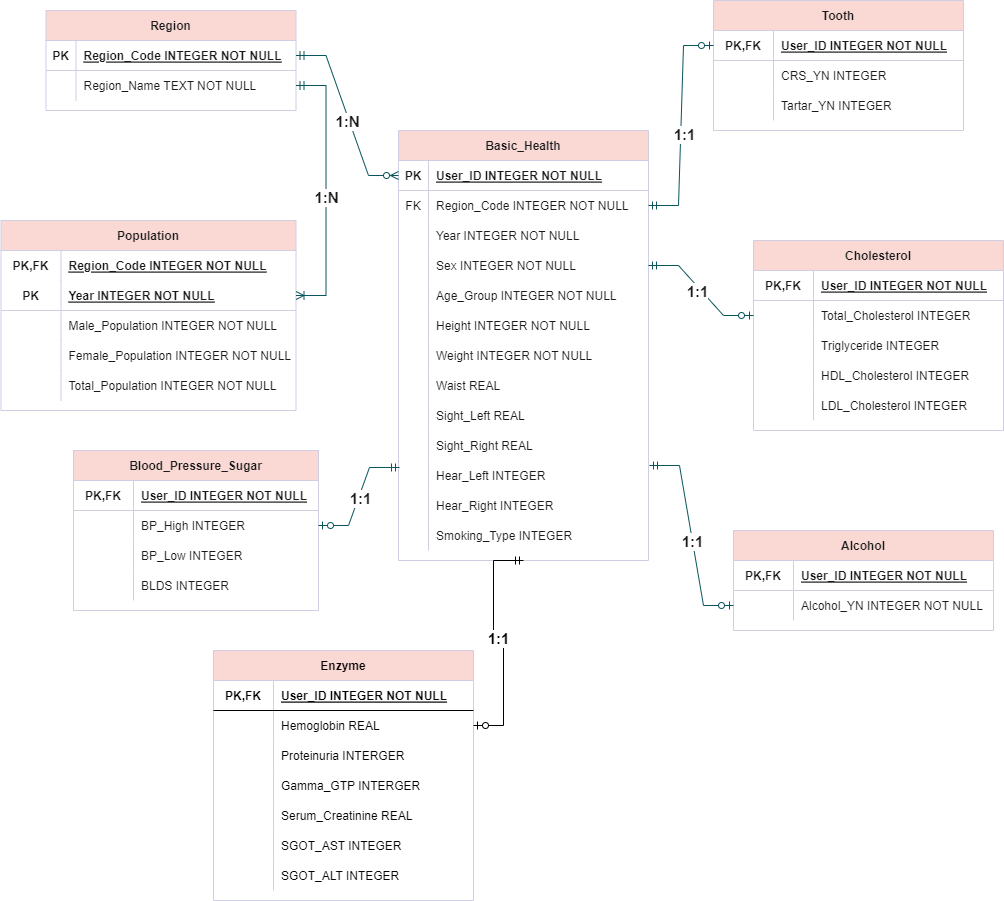
Earlier version of the draw.io export Data/StatDB.drawio.png (Jaesu26/statistical-database-project). Source tidied: cells renumbered, new cells last; positions are measured from the earlier drawing's top-left corner, leaving out a move shared by most shapes.
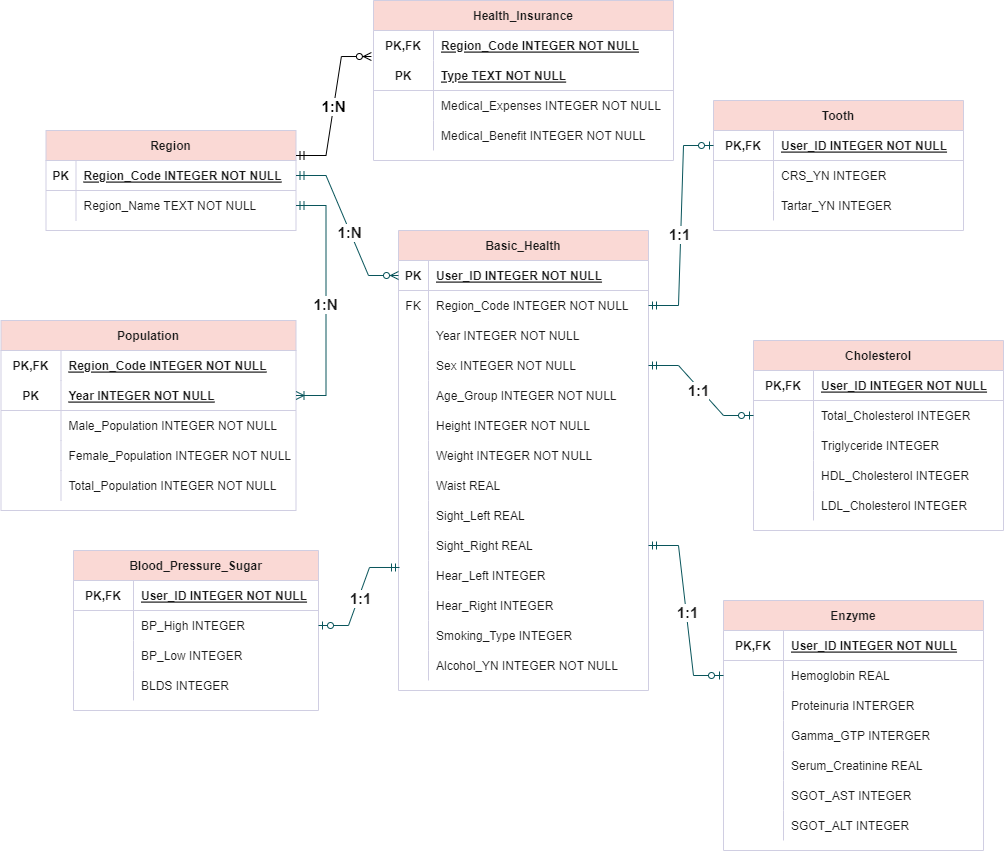
Later version of the same file.

The edit, as a diff of the source:
```diff
@@ -5,3 +5,3 @@
     <mxCell id="2" value="Region" style="shape=table;startSize=30;rowLines=0;fontStyle=1;align=center;fillColor=#FAD9D5;strokeColor=#D0CEE2;fontColor=#1A1A1A;" parent="1" vertex="1">
-      <mxGeometry x="44.5" y="10" width="250" height="100" as="geometry" />
+      <mxGeometry x="44.5" y="30" width="250" height="100" as="geometry" />
     </mxCell>
@@ -26,3 +26,3 @@
     <mxCell id="9" value="Basic_Health" style="shape=table;startSize=30;rowLines=0;fontStyle=1;align=center;fillColor=#FAD9D5;strokeColor=#D0CEE2;fontColor=#1A1A1A;" parent="1" vertex="1">
-      <mxGeometry x="397" y="130" width="250" height="430" as="geometry" />
+      <mxGeometry x="397" y="130" width="250" height="460" as="geometry" />
     </mxCell>
@@ -145,2 +145,11 @@
     </mxCell>
+    <mxCell id="147" style="shape=partialRectangle;fillColor=none;top=0;left=0;right=0;bottom=0;strokeColor=#D0CEE2;fontColor=#1A1A1A;" parent="9" vertex="1">
+      <mxGeometry y="420" width="250" height="30" as="geometry" />
+    </mxCell>
+    <mxCell id="148" style="shape=partialRectangle;overflow=hidden;fillColor=none;top=0;left=0;bottom=0;right=0;strokeColor=#D0CEE2;fontColor=#1A1A1A;" parent="147" vertex="1">
+      <mxGeometry width="30" height="30" as="geometry" />
+    </mxCell>
+    <mxCell id="81" value="Alcohol_YN INTEGER NOT NULL" style="shape=partialRectangle;overflow=hidden;fillColor=none;top=0;left=0;bottom=0;right=0;align=left;spacingLeft=6;strokeColor=#D0CEE2;fontColor=#1A1A1A;" parent="147" vertex="1">
+      <mxGeometry x="30" width="220" height="30" as="geometry" />
+    </mxCell>
     <mxCell id="49" value="Tooth" style="shape=table;startSize=30;rowLines=0;fontStyle=1;align=center;fillColor=#FAD9D5;strokeColor=#D0CEE2;fontColor=#1A1A1A;" parent="1" vertex="1">
@@ -223,23 +232,2 @@
     </mxCell>
-    <mxCell id="75" value="Alcohol" style="shape=table;startSize=30;rowLines=0;fontStyle=1;align=center;fillColor=#FAD9D5;strokeColor=#D0CEE2;fontColor=#1A1A1A;" parent="1" vertex="1">
-      <mxGeometry x="732" y="530" width="260" height="100" as="geometry" />
-    </mxCell>
-    <mxCell id="76" style="shape=tableRow;horizontal=0;startSize=0;swimlaneHead=0;swimlaneBody=0;fillColor=none;top=0;left=0;right=0;bottom=1;strokeColor=#D0CEE2;fontColor=#1A1A1A;" parent="75" vertex="1">
-      <mxGeometry y="30" width="260" height="30" as="geometry" />
-    </mxCell>
-    <mxCell id="77" value="PK,FK" style="shape=partialRectangle;fillColor=none;top=0;left=0;bottom=0;right=0;fontStyle=1;overflow=hidden;strokeColor=#D0CEE2;fontColor=#1A1A1A;" parent="76" vertex="1">
-      <mxGeometry width="60" height="30" as="geometry" />
-    </mxCell>
-    <mxCell id="78" value="User_ID INTEGER NOT NULL" style="shape=partialRectangle;fillColor=none;top=0;left=0;bottom=0;right=0;align=left;spacingLeft=6;fontStyle=5;overflow=hidden;strokeColor=#D0CEE2;fontColor=#1A1A1A;" parent="76" vertex="1">
-      <mxGeometry x="60" width="200" height="30" as="geometry" />
-    </mxCell>
-    <mxCell id="79" style="shape=tableRow;horizontal=0;startSize=0;swimlaneHead=0;swimlaneBody=0;fillColor=none;points=[[0,0.5],[1,0.5]];portConstraint=eastwest;top=0;left=0;right=0;bottom=0;strokeColor=#D0CEE2;fontColor=#1A1A1A;" parent="75" vertex="1">
-      <mxGeometry y="60" width="260" height="30" as="geometry" />
-    </mxCell>
-    <mxCell id="80" style="shape=partialRectangle;fillColor=none;top=0;left=0;bottom=0;right=0;overflow=hidden;strokeColor=#D0CEE2;fontColor=#1A1A1A;" parent="79" vertex="1">
-      <mxGeometry width="60" height="30" as="geometry" />
-    </mxCell>
-    <mxCell id="81" value="Alcohol_YN INTEGER NOT NULL" style="shape=partialRectangle;fillColor=none;top=0;left=0;bottom=0;right=0;align=left;spacingLeft=6;overflow=hidden;strokeColor=#D0CEE2;fontColor=#1A1A1A;" parent="79" vertex="1">
-      <mxGeometry x="60" width="200" height="30" as="geometry" />
-    </mxCell>
     <mxCell id="82" value="Blood_Pressure_Sugar" style="shape=table;startSize=30;rowLines=0;fontStyle=1;align=center;fillColor=#FAD9D5;strokeColor=#D0CEE2;fontColor=#1A1A1A;" parent="1" vertex="1">
@@ -336,3 +324,3 @@
       <mxGeometry x="0.25" relative="1" as="geometry">
-        <mxPoint y="-28" as="offset" />
+        <mxPoint x="-1" y="-28" as="offset" />
       </mxGeometry>
@@ -349,3 +337,5 @@
     <mxCell id="116" value="1:1" style="edgeLabel;html=1;align=center;verticalAlign=middle;fontSize=15;fontStyle=1;fontColor=#1A1A1A;" parent="115" vertex="1">
-      <mxGeometry x="-0.07" y="-3" relative="1" as="geometry" />
+      <mxGeometry x="-0.07" y="-3" relative="1" as="geometry">
+        <mxPoint x="-5" as="offset" />
+      </mxGeometry>
     </mxCell>
@@ -355,12 +345,6 @@
     <mxCell id="118" value="1:1" style="edgeLabel;html=1;align=center;verticalAlign=middle;fontSize=15;fontStyle=1;fontColor=#1A1A1A;" parent="117" vertex="1">
-      <mxGeometry x="-0.04" y="-3" relative="1" as="geometry" />
+      <mxGeometry x="-0.04" y="-3" relative="1" as="geometry">
+        <mxPoint x="1" y="-1" as="offset" />
+      </mxGeometry>
     </mxCell>
-    <mxCell id="119" style="edgeStyle=entityRelationEdgeStyle;fontSize=12;html=1;endArrow=ERzeroToOne;startArrow=ERmandOne;rounded=0;entryX=0;entryY=0.5;entryDx=0;entryDy=0;exitX=1.004;exitY=1.167;exitDx=0;exitDy=0;exitPerimeter=0;strokeColor=#09555B;fontColor=#1A1A1A;" parent="1" edge="1" source="37" target="79">
-      <mxGeometry relative="1" as="geometry" />
-    </mxCell>
-    <mxCell id="120" value="1:1" style="edgeLabel;html=1;align=center;verticalAlign=middle;fontSize=15;fontStyle=1;fontColor=#1A1A1A;" parent="119" vertex="1">
-      <mxGeometry x="0.05" relative="1" as="geometry">
-        <mxPoint y="1" as="offset" />
-      </mxGeometry>
-    </mxCell>
     <mxCell id="121" style="edgeStyle=entityRelationEdgeStyle;fontSize=12;html=1;endArrow=ERzeroToMany;startArrow=ERmandOne;rounded=0;strokeColor=#09555B;fontColor=#1A1A1A;entryX=0;entryY=0.5;entryDx=0;entryDy=0;exitX=1;exitY=0.5;exitDx=0;exitDy=0;" parent="1" edge="1" source="3" target="10">
@@ -369,74 +353,76 @@
     <mxCell id="122" value="1:N" style="edgeLabel;html=1;align=center;verticalAlign=middle;fontSize=15;fontStyle=1;fontColor=#1A1A1A;" parent="121" vertex="1">
-      <mxGeometry x="0.06" y="-2" relative="1" as="geometry" />
+      <mxGeometry x="0.06" y="-2" relative="1" as="geometry">
+        <mxPoint x="1" as="offset" />
+      </mxGeometry>
     </mxCell>
-    <mxCell id="123" value="Enzyme" style="shape=table;startSize=30;rowLines=0;fontStyle=1;align=center;fillColor=#FAD9D5;strokeColor=#D0CEE2;" parent="1" vertex="1">
-      <mxGeometry x="212" y="650" width="260" height="250" as="geometry" />
+    <mxCell id="123" value="Enzyme" style="shape=table;startSize=30;rowLines=0;fontStyle=1;align=center;fillColor=#FAD9D5;strokeColor=#D0CEE2;fontColor=#1A1A1A;" parent="1" vertex="1">
+      <mxGeometry x="722" y="500" width="260" height="250" as="geometry" />
     </mxCell>
-    <mxCell id="124" style="shape=tableRow;horizontal=0;startSize=0;swimlaneHead=0;swimlaneBody=0;fillColor=none;top=0;left=0;right=0;bottom=1;" parent="123" vertex="1">
+    <mxCell id="124" style="shape=tableRow;horizontal=0;startSize=0;swimlaneHead=0;swimlaneBody=0;fillColor=none;top=0;left=0;right=0;bottom=1;strokeColor=#D0CEE2;fontColor=#1A1A1A;" parent="123" vertex="1">
       <mxGeometry y="30" width="260" height="30" as="geometry" />
     </mxCell>
-    <mxCell id="125" value="PK,FK" style="shape=partialRectangle;fillColor=none;top=0;left=0;bottom=0;right=0;fontStyle=1;overflow=hidden;" parent="124" vertex="1">
+    <mxCell id="125" value="PK,FK" style="shape=partialRectangle;fillColor=none;top=0;left=0;bottom=0;right=0;fontStyle=1;overflow=hidden;strokeColor=#D0CEE2;fontColor=#1A1A1A;" parent="124" vertex="1">
       <mxGeometry width="60" height="30" as="geometry" />
     </mxCell>
-    <mxCell id="126" value="User_ID INTEGER NOT NULL" style="shape=partialRectangle;fillColor=none;top=0;left=0;bottom=0;right=0;align=left;spacingLeft=6;fontStyle=5;overflow=hidden;" parent="124" vertex="1">
+    <mxCell id="126" value="User_ID INTEGER NOT NULL" style="shape=partialRectangle;fillColor=none;top=0;left=0;bottom=0;right=0;align=left;spacingLeft=6;fontStyle=5;overflow=hidden;strokeColor=#D0CEE2;fontColor=#1A1A1A;" parent="124" vertex="1">
       <mxGeometry x="60" width="200" height="30" as="geometry" />
     </mxCell>
-    <mxCell id="127" style="shape=tableRow;horizontal=0;startSize=0;swimlaneHead=0;swimlaneBody=0;fillColor=none;points=[[0,0.5],[1,0.5]];portConstraint=eastwest;top=0;left=0;right=0;bottom=0;" parent="123" vertex="1">
+    <mxCell id="127" style="shape=tableRow;horizontal=0;startSize=0;swimlaneHead=0;swimlaneBody=0;fillColor=none;points=[[0,0.5],[1,0.5]];portConstraint=eastwest;top=0;left=0;right=0;bottom=0;strokeColor=#D0CEE2;fontColor=#1A1A1A;" parent="123" vertex="1">
       <mxGeometry y="60" width="260" height="30" as="geometry" />
     </mxCell>
-    <mxCell id="128" style="shape=partialRectangle;fillColor=none;top=0;left=0;bottom=0;right=0;overflow=hidden;" parent="127" vertex="1">
+    <mxCell id="128" style="shape=partialRectangle;fillColor=none;top=0;left=0;bottom=0;right=0;overflow=hidden;strokeColor=#D0CEE2;fontColor=#1A1A1A;" parent="127" vertex="1">
       <mxGeometry width="60" height="30" as="geometry" />
     </mxCell>
-    <mxCell id="129" value="Hemoglobin REAL" style="shape=partialRectangle;fillColor=none;top=0;left=0;bottom=0;right=0;align=left;spacingLeft=6;overflow=hidden;" parent="127" vertex="1">
+    <mxCell id="129" value="Hemoglobin REAL" style="shape=partialRectangle;fillColor=none;top=0;left=0;bottom=0;right=0;align=left;spacingLeft=6;overflow=hidden;strokeColor=#D0CEE2;fontColor=#1A1A1A;" parent="127" vertex="1">
       <mxGeometry x="60" width="200" height="30" as="geometry" />
     </mxCell>
-    <mxCell id="130" style="shape=tableRow;horizontal=0;startSize=0;swimlaneHead=0;swimlaneBody=0;fillColor=none;top=0;left=0;right=0;bottom=0;" parent="123" vertex="1">
+    <mxCell id="130" style="shape=tableRow;horizontal=0;startSize=0;swimlaneHead=0;swimlaneBody=0;fillColor=none;top=0;left=0;right=0;bottom=0;strokeColor=#D0CEE2;fontColor=#1A1A1A;" parent="123" vertex="1">
       <mxGeometry y="90" width="260" height="30" as="geometry" />
     </mxCell>
-    <mxCell id="131" style="shape=partialRectangle;fillColor=none;top=0;left=0;bottom=0;right=0;overflow=hidden;" parent="130" vertex="1">
+    <mxCell id="131" style="shape=partialRectangle;fillColor=none;top=0;left=0;bottom=0;right=0;overflow=hidden;strokeColor=#D0CEE2;fontColor=#1A1A1A;" parent="130" vertex="1">
       <mxGeometry width="60" height="30" as="geometry" />
     </mxCell>
-    <mxCell id="132" value="Proteinuria INTERGER" style="shape=partialRectangle;fillColor=none;top=0;left=0;bottom=0;right=0;align=left;spacingLeft=6;overflow=hidden;" parent="130" vertex="1">
+    <mxCell id="132" value="Proteinuria INTERGER" style="shape=partialRectangle;fillColor=none;top=0;left=0;bottom=0;right=0;align=left;spacingLeft=6;overflow=hidden;strokeColor=#D0CEE2;fontColor=#1A1A1A;" parent="130" vertex="1">
       <mxGeometry x="60" width="200" height="30" as="geometry" />
     </mxCell>
-    <mxCell id="133" style="shape=tableRow;horizontal=0;startSize=0;swimlaneHead=0;swimlaneBody=0;fillColor=none;top=0;left=0;right=0;bottom=0;" parent="123" vertex="1">
+    <mxCell id="133" style="shape=tableRow;horizontal=0;startSize=0;swimlaneHead=0;swimlaneBody=0;fillColor=none;top=0;left=0;right=0;bottom=0;strokeColor=#D0CEE2;fontColor=#1A1A1A;" parent="123" vertex="1">
       <mxGeometry y="120" width="260" height="30" as="geometry" />
     </mxCell>
-    <mxCell id="134" style="shape=partialRectangle;fillColor=none;top=0;left=0;bottom=0;right=0;overflow=hidden;" parent="133" vertex="1">
+    <mxCell id="134" style="shape=partialRectangle;fillColor=none;top=0;left=0;bottom=0;right=0;overflow=hidden;strokeColor=#D0CEE2;fontColor=#1A1A1A;" parent="133" vertex="1">
       <mxGeometry width="60" height="30" as="geometry" />
     </mxCell>
-    <mxCell id="135" value="Gamma_GTP INTERGER" style="shape=partialRectangle;fillColor=none;top=0;left=0;bottom=0;right=0;align=left;spacingLeft=6;overflow=hidden;" parent="133" vertex="1">
+    <mxCell id="135" value="Gamma_GTP INTERGER" style="shape=partialRectangle;fillColor=none;top=0;left=0;bottom=0;right=0;align=left;spacingLeft=6;overflow=hidden;strokeColor=#D0CEE2;fontColor=#1A1A1A;" parent="133" vertex="1">
       <mxGeometry x="60" width="200" height="30" as="geometry" />
     </mxCell>
-    <mxCell id="136" style="shape=tableRow;horizontal=0;startSize=0;swimlaneHead=0;swimlaneBody=0;fillColor=none;top=0;left=0;right=0;bottom=0;" parent="123" vertex="1">
+    <mxCell id="136" style="shape=tableRow;horizontal=0;startSize=0;swimlaneHead=0;swimlaneBody=0;fillColor=none;top=0;left=0;right=0;bottom=0;strokeColor=#D0CEE2;fontColor=#1A1A1A;" parent="123" vertex="1">
       <mxGeometry y="150" width="260" height="30" as="geometry" />
     </mxCell>
-    <mxCell id="137" style="shape=partialRectangle;fillColor=none;top=0;left=0;bottom=0;right=0;overflow=hidden;" parent="136" vertex="1">
+    <mxCell id="137" style="shape=partialRectangle;fillColor=none;top=0;left=0;bottom=0;right=0;overflow=hidden;strokeColor=#D0CEE2;fontColor=#1A1A1A;" parent="136" vertex="1">
       <mxGeometry width="60" height="30" as="geometry" />
     </mxCell>
-    <mxCell id="138" value="Serum_Creatinine REAL" style="shape=partialRectangle;fillColor=none;top=0;left=0;bottom=0;right=0;align=left;spacingLeft=6;overflow=hidden;" parent="136" vertex="1">
+    <mxCell id="138" value="Serum_Creatinine REAL" style="shape=partialRectangle;fillColor=none;top=0;left=0;bottom=0;right=0;align=left;spacingLeft=6;overflow=hidden;strokeColor=#D0CEE2;fontColor=#1A1A1A;" parent="136" vertex="1">
       <mxGeometry x="60" width="200" height="30" as="geometry" />
     </mxCell>
-    <mxCell id="139" style="shape=tableRow;horizontal=0;startSize=0;swimlaneHead=0;swimlaneBody=0;fillColor=none;top=0;left=0;right=0;bottom=0;" parent="123" vertex="1">
+    <mxCell id="139" style="shape=tableRow;horizontal=0;startSize=0;swimlaneHead=0;swimlaneBody=0;fillColor=none;top=0;left=0;right=0;bottom=0;strokeColor=#D0CEE2;fontColor=#1A1A1A;" parent="123" vertex="1">
       <mxGeometry y="180" width="260" height="30" as="geometry" />
     </mxCell>
-    <mxCell id="140" style="shape=partialRectangle;fillColor=none;top=0;left=0;bottom=0;right=0;overflow=hidden;" parent="139" vertex="1">
+    <mxCell id="140" style="shape=partialRectangle;fillColor=none;top=0;left=0;bottom=0;right=0;overflow=hidden;strokeColor=#D0CEE2;fontColor=#1A1A1A;" parent="139" vertex="1">
       <mxGeometry width="60" height="30" as="geometry" />
     </mxCell>
-    <mxCell id="141" value="SGOT_AST INTEGER" style="shape=partialRectangle;fillColor=none;top=0;left=0;bottom=0;right=0;align=left;spacingLeft=6;overflow=hidden;" parent="139" vertex="1">
+    <mxCell id="141" value="SGOT_AST INTEGER" style="shape=partialRectangle;fillColor=none;top=0;left=0;bottom=0;right=0;align=left;spacingLeft=6;overflow=hidden;strokeColor=#D0CEE2;fontColor=#1A1A1A;" parent="139" vertex="1">
       <mxGeometry x="60" width="200" height="30" as="geometry" />
     </mxCell>
-    <mxCell id="142" style="shape=tableRow;horizontal=0;startSize=0;swimlaneHead=0;swimlaneBody=0;fillColor=none;top=0;left=0;right=0;bottom=0;" parent="123" vertex="1">
+    <mxCell id="142" style="shape=tableRow;horizontal=0;startSize=0;swimlaneHead=0;swimlaneBody=0;fillColor=none;top=0;left=0;right=0;bottom=0;strokeColor=#D0CEE2;fontColor=#1A1A1A;" parent="123" vertex="1">
       <mxGeometry y="210" width="260" height="30" as="geometry" />
     </mxCell>
-    <mxCell id="143" style="shape=partialRectangle;fillColor=none;top=0;left=0;bottom=0;right=0;overflow=hidden;" parent="142" vertex="1">
+    <mxCell id="143" style="shape=partialRectangle;fillColor=none;top=0;left=0;bottom=0;right=0;overflow=hidden;strokeColor=#D0CEE2;fontColor=#1A1A1A;" parent="142" vertex="1">
       <mxGeometry width="60" height="30" as="geometry" />
     </mxCell>
-    <mxCell id="144" value="SGOT_ALT INTEGER" style="shape=partialRectangle;fillColor=none;top=0;left=0;bottom=0;right=0;align=left;spacingLeft=6;overflow=hidden;" parent="142" vertex="1">
+    <mxCell id="144" value="SGOT_ALT INTEGER" style="shape=partialRectangle;fillColor=none;top=0;left=0;bottom=0;right=0;align=left;spacingLeft=6;overflow=hidden;strokeColor=#D0CEE2;fontColor=#1A1A1A;" parent="142" vertex="1">
       <mxGeometry x="60" width="200" height="30" as="geometry" />
     </mxCell>
-    <mxCell id="145" style="edgeStyle=entityRelationEdgeStyle;fontSize=12;html=1;endArrow=ERzeroToOne;startArrow=ERmandOne;rounded=0;exitX=0.5;exitY=1;exitDx=0;exitDy=0;entryX=1;entryY=0.5;entryDx=0;entryDy=0;" parent="1" edge="1" source="9" target="127">
+    <mxCell id="145" style="edgeStyle=entityRelationEdgeStyle;fontSize=12;html=1;endArrow=ERzeroToOne;startArrow=ERmandOne;rounded=0;exitX=1;exitY=0.5;exitDx=0;exitDy=0;entryX=0;entryY=0.5;entryDx=0;entryDy=0;strokeColor=#09555B;fontColor=#1A1A1A;" parent="1" edge="1" source="37" target="127">
       <mxGeometry relative="1" as="geometry" />
     </mxCell>
-    <mxCell id="146" value="1:1" style="edgeLabel;html=1;align=center;verticalAlign=middle;fontSize=15;fontStyle=1;" parent="145" vertex="1">
+    <mxCell id="146" value="1:1" style="edgeLabel;html=1;align=center;verticalAlign=middle;fontSize=15;fontStyle=1;fontColor=#1A1A1A;" parent="145" vertex="1">
       <mxGeometry x="0.02" y="4" relative="1" as="geometry">
@@ -445,2 +431,49 @@
     </mxCell>
+    <mxCell id="149" value="Health_Insurance" style="shape=table;startSize=30;rowLines=0;fontStyle=1;align=center;fillColor=#FAD9D5;strokeColor=#D0CEE2;fontColor=#1A1A1A;" parent="1" vertex="1">
+      <mxGeometry x="372" y="-100" width="300" height="160" as="geometry" />
+    </mxCell>
+    <mxCell id="150" style="shape=tableRow;horizontal=0;startSize=0;swimlaneHead=0;swimlaneBody=0;fillColor=none;top=0;left=0;right=0;bottom=0;strokeColor=#D0CEE2;fontColor=#1A1A1A;" parent="149" vertex="1">
+      <mxGeometry y="30" width="300" height="30" as="geometry" />
+    </mxCell>
+    <mxCell id="77" value="PK,FK" style="shape=partialRectangle;fillColor=none;top=0;left=0;bottom=0;right=0;fontStyle=1;overflow=hidden;strokeColor=#D0CEE2;fontColor=#1A1A1A;" parent="150" vertex="1">
+      <mxGeometry width="60" height="30" as="geometry" />
+    </mxCell>
+    <mxCell id="151" value="Region_Code INTEGER NOT NULL" style="shape=partialRectangle;fillColor=none;top=0;left=0;bottom=0;right=0;align=left;spacingLeft=6;fontStyle=5;overflow=hidden;strokeColor=#D0CEE2;fontColor=#1A1A1A;" parent="150" vertex="1">
+      <mxGeometry x="60" width="240" height="30" as="geometry" />
+    </mxCell>
+    <mxCell id="152" style="shape=tableRow;horizontal=0;startSize=0;swimlaneHead=0;swimlaneBody=0;fillColor=none;points=[[0,0.5],[1,0.5]];portConstraint=eastwest;top=0;left=0;right=0;bottom=1;strokeColor=#D0CEE2;fontColor=#1A1A1A;" parent="149" vertex="1">
+      <mxGeometry y="60" width="300" height="30" as="geometry" />
+    </mxCell>
+    <mxCell id="153" value="PK" style="shape=partialRectangle;fillColor=none;top=0;left=0;bottom=0;right=0;fontStyle=1;overflow=hidden;strokeColor=#D0CEE2;fontColor=#1A1A1A;" parent="152" vertex="1">
+      <mxGeometry width="60" height="30" as="geometry" />
+    </mxCell>
+    <mxCell id="154" value="Type TEXT NOT NULL" style="shape=partialRectangle;fillColor=none;top=0;left=0;bottom=0;right=0;align=left;spacingLeft=6;fontStyle=5;overflow=hidden;strokeColor=#D0CEE2;fontColor=#1A1A1A;" parent="152" vertex="1">
+      <mxGeometry x="60" width="240" height="30" as="geometry" />
+    </mxCell>
+    <mxCell id="155" style="shape=tableRow;horizontal=0;startSize=0;swimlaneHead=0;swimlaneBody=0;fillColor=none;top=0;left=0;right=0;bottom=0;strokeColor=#D0CEE2;fontColor=#1A1A1A;" parent="149" vertex="1">
+      <mxGeometry y="90" width="300" height="30" as="geometry" />
+    </mxCell>
+    <mxCell id="156" style="shape=partialRectangle;fillColor=none;top=0;left=0;bottom=0;right=0;overflow=hidden;strokeColor=#D0CEE2;fontColor=#1A1A1A;" parent="155" vertex="1">
+      <mxGeometry width="60" height="30" as="geometry" />
+    </mxCell>
+    <mxCell id="157" value="Medical_Expenses INTEGER NOT NULL" style="shape=partialRectangle;fillColor=none;top=0;left=0;bottom=0;right=0;align=left;spacingLeft=6;overflow=hidden;strokeColor=#D0CEE2;fontColor=#1A1A1A;" parent="155" vertex="1">
+      <mxGeometry x="60" width="240" height="30" as="geometry" />
+    </mxCell>
+    <mxCell id="158" style="shape=tableRow;horizontal=0;startSize=0;swimlaneHead=0;swimlaneBody=0;fillColor=none;top=0;left=0;right=0;bottom=0;strokeColor=#D0CEE2;fontColor=#1A1A1A;" parent="149" vertex="1">
+      <mxGeometry y="120" width="300" height="30" as="geometry" />
+    </mxCell>
+    <mxCell id="159" style="shape=partialRectangle;fillColor=none;top=0;left=0;bottom=0;right=0;overflow=hidden;strokeColor=#D0CEE2;fontColor=#1A1A1A;" parent="158" vertex="1">
+      <mxGeometry width="60" height="30" as="geometry" />
+    </mxCell>
+    <mxCell id="160" value="Medical_Benefit INTEGER NOT NULL" style="shape=partialRectangle;fillColor=none;top=0;left=0;bottom=0;right=0;align=left;spacingLeft=6;overflow=hidden;strokeColor=#D0CEE2;fontColor=#1A1A1A;" parent="158" vertex="1">
+      <mxGeometry x="60" width="240" height="30" as="geometry" />
+    </mxCell>
+    <mxCell id="161" style="edgeStyle=entityRelationEdgeStyle;fontSize=12;html=1;endArrow=ERzeroToMany;startArrow=ERmandOne;rounded=0;entryX=-0.007;entryY=-0.133;entryDx=0;entryDy=0;entryPerimeter=0;exitX=1;exitY=0.25;exitDx=0;exitDy=0;" parent="1" edge="1" source="2" target="152">
+      <mxGeometry relative="1" as="geometry" />
+    </mxCell>
+    <mxCell id="162" value="1:N" style="edgeLabel;html=1;align=center;verticalAlign=middle;fontSize=15;fontStyle=1;" parent="161" vertex="1">
+      <mxGeometry y="-2" relative="1" as="geometry">
+        <mxPoint x="-3" as="offset" />
+      </mxGeometry>
+    </mxCell>
   </root>
```
